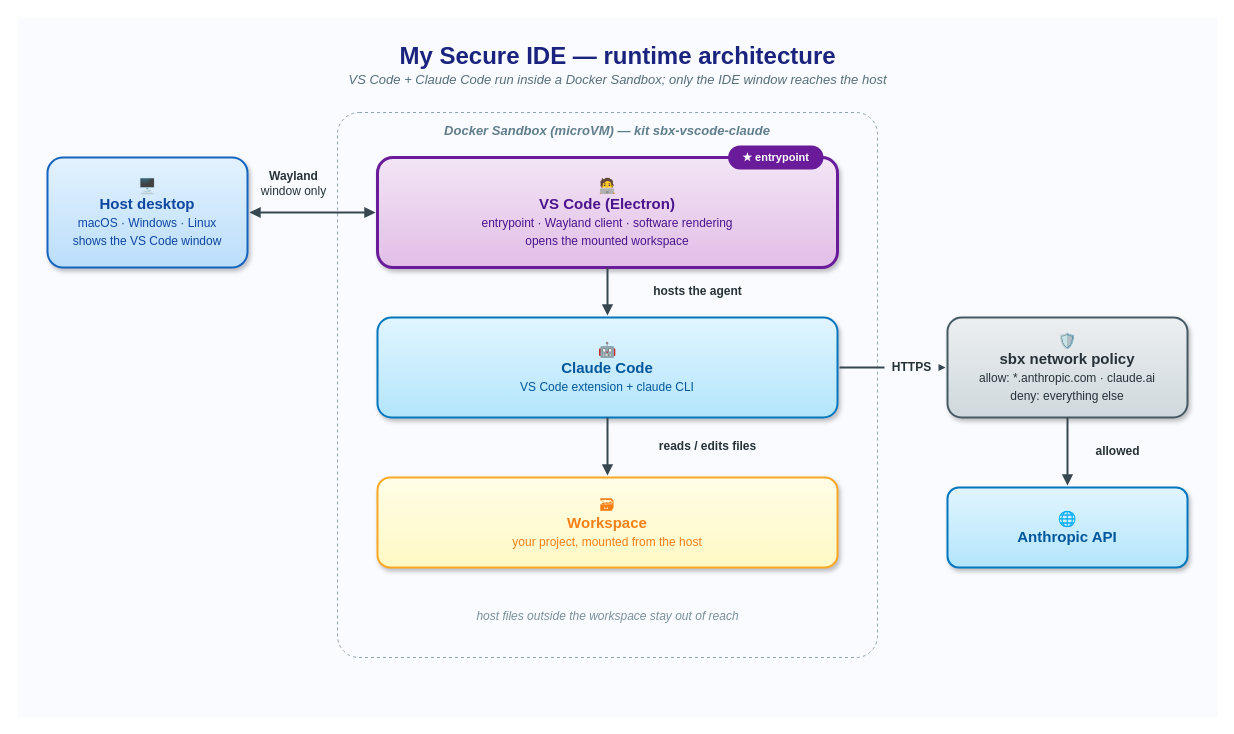
Earlier version of the draw.io diagram docs/diagrams/runtime-architecture.drawio (baby-whales-pod/sbx-vscode-claude). Source tidied: cells renumbered, new cells numbered last; positions are measured from the earlier drawing's top-left corner, leaving out a move shared by most shapes. Both pictures are drawn from the tidied source at 100%, with x=0, y=0 at pixel (17, 17).
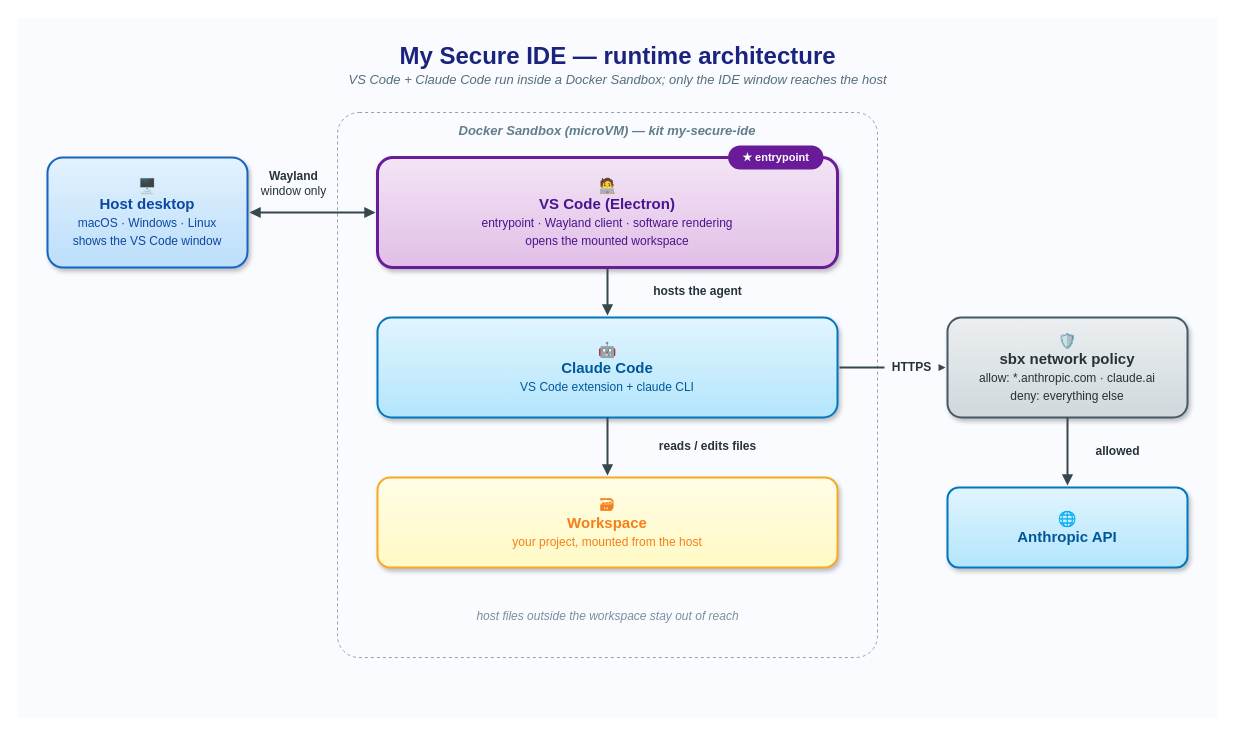
The same diagram, later.

Change to the diagram source:
```diff
@@
-    <mxCell id="6" value="Docker Sandbox (microVM) — kit sbx-vscode-claude" style="rounded=1;arcSize=4;whiteSpace=wrap;html=1;fillColor=none;strokeColor=#90A4AE;dashed=1;verticalAlign=top;fontSize=13;fontStyle=3;fontColor=#607D8B;spacingTop=4;" parent="1" vertex="1">
+    <mxCell id="6" value="Docker Sandbox (microVM) — kit my-secure-ide" style="rounded=1;arcSize=4;whiteSpace=wrap;html=1;fillColor=none;strokeColor=#90A4AE;dashed=1;verticalAlign=top;fontSize=13;fontStyle=3;fontColor=#607D8B;spacingTop=4;" parent="1" vertex="1">
       <mxGeometry x="320" y="95" width="540" height="545" as="geometry" />
     </mxCell>
```
